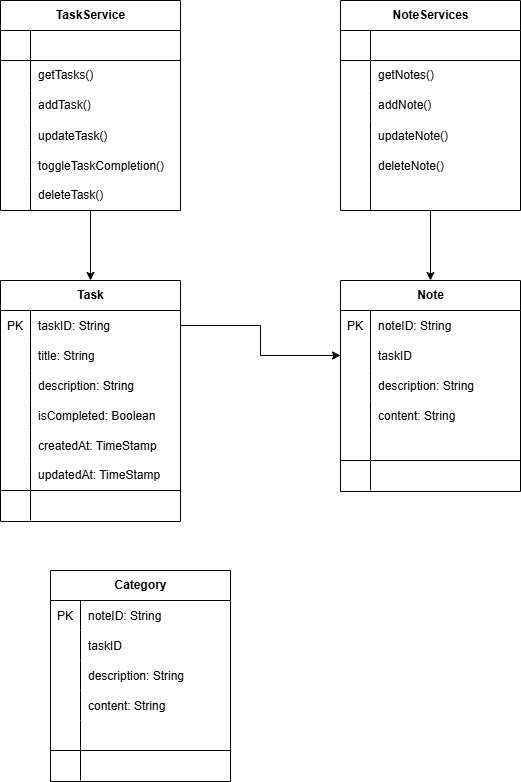
This is img/TaskManager.drawio.png from ngnhonk/Flutter-Nhom-02, a draw.io export, as it was before one commit. Source tidied: cells renumbered, new cells last; positions are measured from the earlier drawing's top-left corner, leaving out a move shared by most shapes.
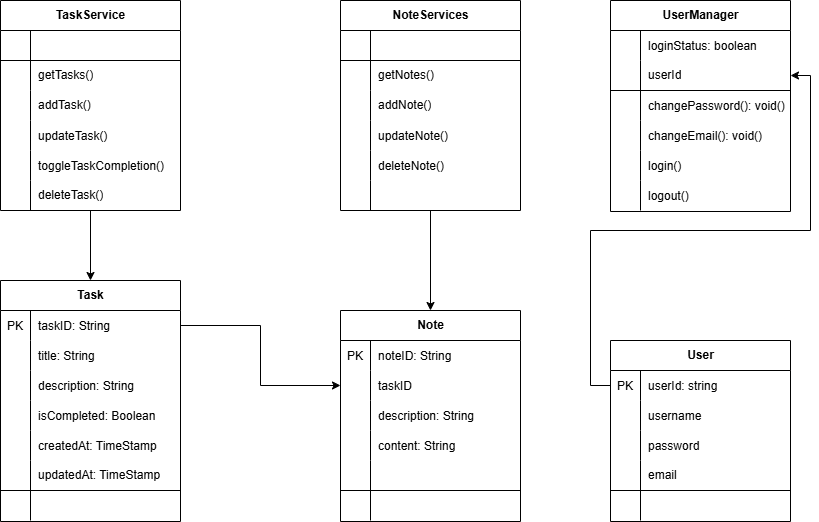
After the change.

The edit, as a diff of the source:
```diff
@@ -69,7 +69,7 @@
       <mxGeometry x="30" width="150" height="30" as="geometry" />
     </mxCell>
     <mxCell id="24" value="&lt;b&gt;Note&lt;/b&gt;" style="shape=table;startSize=30;rowLines=0;fontStyle=0;align=center;html=1;" parent="1" vertex="1">
-      <mxGeometry x="340" y="280" width="180" height="211" as="geometry" />
+      <mxGeometry x="340" y="310" width="180" height="211" as="geometry" />
     </mxCell>
     <mxCell id="25" style="shape=tableRow;horizontal=0;startSize=0;swimlaneHead=0;swimlaneBody=0;fillColor=none;top=0;left=0;right=0;bottom=0;fontStyle=0;" parent="24" vertex="1">
       <mxGeometry y="30" width="180" height="30" as="geometry" />
@@ -128,63 +128,6 @@
     <mxCell id="43" style="edgeStyle=orthogonalEdgeStyle;rounded=0;jettySize=auto;html=1;" parent="1" edge="1" source="3" target="28">
       <mxGeometry relative="1" as="geometry" />
     </mxCell>
-    <mxCell id="44" value="&lt;b&gt;Category&lt;/b&gt;" style="shape=table;startSize=30;rowLines=0;fontStyle=0;align=center;html=1;" parent="1" vertex="1">
-      <mxGeometry x="50" y="570" width="180" height="211" as="geometry" />
-    </mxCell>
-    <mxCell id="45" style="shape=tableRow;horizontal=0;startSize=0;swimlaneHead=0;swimlaneBody=0;fillColor=none;points=[[0,0.5],[1,0.5]];portConstraint=eastwest;top=0;left=0;right=0;bottom=0;fontStyle=0;" parent="44" vertex="1">
-      <mxGeometry y="30" width="180" height="30" as="geometry" />
-    </mxCell>
-    <mxCell id="46" value="PK" style="shape=partialRectangle;fillColor=none;top=0;left=0;bottom=0;right=0;overflow=hidden;fontStyle=0;" parent="45" vertex="1">
-      <mxGeometry width="30" height="30" as="geometry" />
-    </mxCell>
-    <mxCell id="47" value="noteID: String" style="shape=partialRectangle;fillColor=none;top=0;left=0;bottom=0;right=0;align=left;spacingLeft=6;overflow=hidden;fontStyle=0;" parent="45" vertex="1">
-      <mxGeometry x="30" width="150" height="30" as="geometry" />
-    </mxCell>
-    <mxCell id="48" style="shape=tableRow;horizontal=0;startSize=0;swimlaneHead=0;swimlaneBody=0;fillColor=none;top=0;left=0;right=0;bottom=0;" parent="44" vertex="1">
-      <mxGeometry y="60" width="180" height="30" as="geometry" />
-    </mxCell>
-    <mxCell id="49" style="shape=partialRectangle;fillColor=none;top=0;left=0;bottom=0;right=0;overflow=hidden;" parent="48" vertex="1">
-      <mxGeometry width="30" height="30" as="geometry" />
-    </mxCell>
-    <mxCell id="50" value="taskID" style="shape=partialRectangle;fillColor=none;top=0;left=0;bottom=0;right=0;align=left;spacingLeft=6;overflow=hidden;" parent="48" vertex="1">
-      <mxGeometry x="30" width="150" height="30" as="geometry" />
-    </mxCell>
-    <mxCell id="51" style="shape=tableRow;horizontal=0;startSize=0;swimlaneHead=0;swimlaneBody=0;fillColor=none;top=0;left=0;right=0;bottom=0;fontStyle=0;" parent="44" vertex="1">
-      <mxGeometry y="90" width="180" height="30" as="geometry" />
-    </mxCell>
-    <mxCell id="52" style="shape=partialRectangle;fillColor=none;top=0;left=0;bottom=0;right=0;overflow=hidden;fontStyle=0;" parent="51" vertex="1">
-      <mxGeometry width="30" height="30" as="geometry" />
-    </mxCell>
-    <mxCell id="53" value="description: String" style="shape=partialRectangle;fillColor=none;top=0;left=0;bottom=0;right=0;align=left;spacingLeft=6;overflow=hidden;fontStyle=0;" parent="51" vertex="1">
-      <mxGeometry x="30" width="150" height="30" as="geometry" />
-    </mxCell>
-    <mxCell id="54" style="shape=tableRow;horizontal=0;startSize=0;swimlaneHead=0;swimlaneBody=0;fillColor=none;top=0;left=0;right=0;bottom=0;" parent="44" vertex="1">
-      <mxGeometry y="120" width="180" height="30" as="geometry" />
-    </mxCell>
-    <mxCell id="55" style="shape=partialRectangle;fillColor=none;top=0;left=0;bottom=0;right=0;overflow=hidden;" parent="54" vertex="1">
-      <mxGeometry width="30" height="30" as="geometry" />
-    </mxCell>
-    <mxCell id="56" value="content: String" style="shape=partialRectangle;fillColor=none;top=0;left=0;bottom=0;right=0;align=left;spacingLeft=6;overflow=hidden;" parent="54" vertex="1">
-      <mxGeometry x="30" width="150" height="30" as="geometry" />
-    </mxCell>
-    <mxCell id="57" style="shape=tableRow;horizontal=0;startSize=0;swimlaneHead=0;swimlaneBody=0;fillColor=none;top=0;left=0;right=0;bottom=1;fontStyle=0;" parent="44" vertex="1">
-      <mxGeometry y="150" width="180" height="30" as="geometry" />
-    </mxCell>
-    <mxCell id="58" style="shape=partialRectangle;fillColor=none;top=0;left=0;bottom=0;right=0;fontStyle=0;overflow=hidden;whiteSpace=wrap;html=1;" parent="57" vertex="1">
-      <mxGeometry width="30" height="30" as="geometry" />
-    </mxCell>
-    <mxCell id="59" style="shape=partialRectangle;fillColor=none;top=0;left=0;bottom=0;right=0;align=left;spacingLeft=6;fontStyle=0;overflow=hidden;whiteSpace=wrap;html=1;" parent="57" vertex="1">
-      <mxGeometry x="30" width="150" height="30" as="geometry" />
-    </mxCell>
-    <mxCell id="60" style="shape=tableRow;horizontal=0;startSize=0;swimlaneHead=0;swimlaneBody=0;fillColor=none;top=0;left=0;right=0;bottom=0;" parent="44" vertex="1">
-      <mxGeometry y="180" width="180" height="30" as="geometry" />
-    </mxCell>
-    <mxCell id="61" style="shape=partialRectangle;fillColor=none;top=0;left=0;bottom=0;right=0;overflow=hidden;" parent="60" vertex="1">
-      <mxGeometry width="30" height="30" as="geometry" />
-    </mxCell>
-    <mxCell id="62" style="shape=partialRectangle;fillColor=none;top=0;left=0;bottom=0;right=0;align=left;spacingLeft=6;overflow=hidden;" parent="60" vertex="1">
-      <mxGeometry x="30" width="150" height="30" as="geometry" />
-    </mxCell>
     <mxCell id="63" style="edgeStyle=orthogonalEdgeStyle;rounded=0;jettySize=auto;html=1;" parent="1" edge="1" source="64" target="2">
       <mxGeometry relative="1" as="geometry" />
     </mxCell>
@@ -305,5 +248,113 @@
     <mxCell id="102" style="shape=partialRectangle;fillColor=none;top=0;left=0;bottom=0;right=0;align=left;spacingLeft=6;overflow=hidden;whiteSpace=wrap;html=1;" parent="100" vertex="1">
       <mxGeometry x="30" width="150" height="30" as="geometry" />
     </mxCell>
+    <mxCell id="103" value="&lt;b&gt;User&lt;/b&gt;" style="shape=table;startSize=30;rowLines=0;fontStyle=0;align=center;html=1;" parent="1" vertex="1">
+      <mxGeometry x="610" y="340" width="180" height="181" as="geometry" />
+    </mxCell>
+    <mxCell id="45" style="shape=tableRow;horizontal=0;startSize=0;swimlaneHead=0;swimlaneBody=0;fillColor=none;points=[[0,0.5],[1,0.5]];portConstraint=eastwest;top=0;left=0;right=0;bottom=0;fontStyle=0;" parent="103" vertex="1">
+      <mxGeometry y="30" width="180" height="30" as="geometry" />
+    </mxCell>
+    <mxCell id="46" value="PK" style="shape=partialRectangle;fillColor=none;top=0;left=0;bottom=0;right=0;overflow=hidden;fontStyle=0;" parent="45" vertex="1">
+      <mxGeometry width="30" height="30" as="geometry" />
+    </mxCell>
+    <mxCell id="104" value="userId: string" style="shape=partialRectangle;fillColor=none;top=0;left=0;bottom=0;right=0;align=left;spacingLeft=6;overflow=hidden;fontStyle=0;" parent="45" vertex="1">
+      <mxGeometry x="30" width="150" height="30" as="geometry" />
+    </mxCell>
+    <mxCell id="48" style="shape=tableRow;horizontal=0;startSize=0;swimlaneHead=0;swimlaneBody=0;fillColor=none;top=0;left=0;right=0;bottom=0;" parent="103" vertex="1">
+      <mxGeometry y="60" width="180" height="30" as="geometry" />
+    </mxCell>
+    <mxCell id="105" style="shape=partialRectangle;fillColor=none;top=0;left=0;bottom=0;right=0;overflow=hidden;" parent="48" vertex="1">
+      <mxGeometry width="30" height="30" as="geometry" />
+    </mxCell>
+    <mxCell id="106" value="username" style="shape=partialRectangle;fillColor=none;top=0;left=0;bottom=0;right=0;align=left;spacingLeft=6;overflow=hidden;" parent="48" vertex="1">
+      <mxGeometry x="30" width="150" height="30" as="geometry" />
+    </mxCell>
+    <mxCell id="107" style="shape=tableRow;horizontal=0;startSize=0;swimlaneHead=0;swimlaneBody=0;fillColor=none;top=0;left=0;right=0;bottom=0;" parent="103" vertex="1">
+      <mxGeometry y="90" width="180" height="30" as="geometry" />
+    </mxCell>
+    <mxCell id="108" style="shape=partialRectangle;fillColor=none;top=0;left=0;bottom=0;right=0;overflow=hidden;" parent="107" vertex="1">
+      <mxGeometry width="30" height="30" as="geometry" />
+    </mxCell>
+    <mxCell id="109" value="password" style="shape=partialRectangle;fillColor=none;top=0;left=0;bottom=0;right=0;align=left;spacingLeft=6;overflow=hidden;" parent="107" vertex="1">
+      <mxGeometry x="30" width="150" height="30" as="geometry" />
+    </mxCell>
+    <mxCell id="110" style="shape=tableRow;horizontal=0;startSize=0;swimlaneHead=0;swimlaneBody=0;fillColor=none;top=0;left=0;right=0;bottom=1;fontStyle=0;" parent="103" vertex="1">
+      <mxGeometry y="120" width="180" height="30" as="geometry" />
+    </mxCell>
+    <mxCell id="111" style="shape=partialRectangle;fillColor=none;top=0;left=0;bottom=0;right=0;fontStyle=0;overflow=hidden;whiteSpace=wrap;html=1;" parent="110" vertex="1">
+      <mxGeometry width="30" height="30" as="geometry" />
+    </mxCell>
+    <mxCell id="112" value="email" style="shape=partialRectangle;fillColor=none;top=0;left=0;bottom=0;right=0;align=left;spacingLeft=6;fontStyle=0;overflow=hidden;whiteSpace=wrap;html=1;" parent="110" vertex="1">
+      <mxGeometry x="30" width="150" height="30" as="geometry" />
+    </mxCell>
+    <mxCell id="113" style="shape=tableRow;horizontal=0;startSize=0;swimlaneHead=0;swimlaneBody=0;fillColor=none;top=0;left=0;right=0;bottom=0;" parent="103" vertex="1">
+      <mxGeometry y="150" width="180" height="30" as="geometry" />
+    </mxCell>
+    <mxCell id="114" style="shape=partialRectangle;fillColor=none;top=0;left=0;bottom=0;right=0;overflow=hidden;" parent="113" vertex="1">
+      <mxGeometry width="30" height="30" as="geometry" />
+    </mxCell>
+    <mxCell id="62" style="shape=partialRectangle;fillColor=none;top=0;left=0;bottom=0;right=0;align=left;spacingLeft=6;overflow=hidden;" parent="113" vertex="1">
+      <mxGeometry x="30" width="150" height="30" as="geometry" />
+    </mxCell>
+    <mxCell id="115" value="&lt;b&gt;UserManager&lt;/b&gt;" style="shape=table;startSize=30;rowLines=0;fontStyle=0;align=center;html=1;" parent="1" vertex="1">
+      <mxGeometry x="610" width="180" height="211" as="geometry" />
+    </mxCell>
+    <mxCell id="116" style="shape=tableRow;horizontal=0;startSize=0;swimlaneHead=0;swimlaneBody=0;fillColor=none;top=0;left=0;right=0;bottom=0;" parent="115" vertex="1">
+      <mxGeometry y="30" width="180" height="30" as="geometry" />
+    </mxCell>
+    <mxCell id="117" style="shape=partialRectangle;fillColor=none;top=0;left=0;bottom=0;right=0;overflow=hidden;" parent="116" vertex="1">
+      <mxGeometry width="30" height="30" as="geometry" />
+    </mxCell>
+    <mxCell id="118" value="loginStatus: boolean" style="shape=partialRectangle;fillColor=none;top=0;left=0;bottom=0;right=0;align=left;spacingLeft=6;overflow=hidden;" parent="116" vertex="1">
+      <mxGeometry x="30" width="150" height="30" as="geometry" />
+    </mxCell>
+    <mxCell id="119" style="shape=tableRow;horizontal=0;startSize=0;swimlaneHead=0;swimlaneBody=0;fillColor=none;points=[[0,0.5],[1,0.5]];portConstraint=eastwest;top=0;left=0;right=0;bottom=1;fontStyle=0;" parent="115" vertex="1">
+      <mxGeometry y="60" width="180" height="30" as="geometry" />
+    </mxCell>
+    <mxCell id="120" style="shape=partialRectangle;fillColor=none;top=0;left=0;bottom=0;right=0;fontStyle=0;overflow=hidden;whiteSpace=wrap;html=1;" parent="119" vertex="1">
+      <mxGeometry width="30" height="30" as="geometry" />
+    </mxCell>
+    <mxCell id="121" value="userId" style="shape=partialRectangle;fillColor=none;top=0;left=0;bottom=0;right=0;align=left;spacingLeft=6;fontStyle=0;overflow=hidden;whiteSpace=wrap;html=1;" parent="119" vertex="1">
+      <mxGeometry x="30" width="150" height="30" as="geometry" />
+    </mxCell>
+    <mxCell id="122" style="shape=tableRow;horizontal=0;startSize=0;swimlaneHead=0;swimlaneBody=0;fillColor=none;top=0;left=0;right=0;bottom=0;" parent="115" vertex="1">
+      <mxGeometry y="90" width="180" height="30" as="geometry" />
+    </mxCell>
+    <mxCell id="123" style="shape=partialRectangle;fillColor=none;top=0;left=0;bottom=0;right=0;overflow=hidden;" parent="122" vertex="1">
+      <mxGeometry width="30" height="30" as="geometry" />
+    </mxCell>
+    <mxCell id="124" value="changePassword(): void()" style="shape=partialRectangle;fillColor=none;top=0;left=0;bottom=0;right=0;align=left;spacingLeft=6;overflow=hidden;" parent="122" vertex="1">
+      <mxGeometry x="30" width="150" height="30" as="geometry" />
+    </mxCell>
+    <mxCell id="54" style="shape=tableRow;horizontal=0;startSize=0;swimlaneHead=0;swimlaneBody=0;fillColor=none;top=0;left=0;right=0;bottom=0;" parent="115" vertex="1">
+      <mxGeometry y="120" width="180" height="30" as="geometry" />
+    </mxCell>
+    <mxCell id="125" style="shape=partialRectangle;fillColor=none;top=0;left=0;bottom=0;right=0;overflow=hidden;" parent="54" vertex="1">
+      <mxGeometry width="30" height="30" as="geometry" />
+    </mxCell>
+    <mxCell id="126" value="changeEmail(): void()" style="shape=partialRectangle;fillColor=none;top=0;left=0;bottom=0;right=0;align=left;spacingLeft=6;overflow=hidden;" parent="54" vertex="1">
+      <mxGeometry x="30" width="150" height="30" as="geometry" />
+    </mxCell>
+    <mxCell id="127" style="shape=tableRow;horizontal=0;startSize=0;swimlaneHead=0;swimlaneBody=0;fillColor=none;top=0;left=0;right=0;bottom=0;" parent="115" vertex="1">
+      <mxGeometry y="150" width="180" height="30" as="geometry" />
+    </mxCell>
+    <mxCell id="128" style="shape=partialRectangle;fillColor=none;top=0;left=0;bottom=0;right=0;overflow=hidden;" parent="127" vertex="1">
+      <mxGeometry width="30" height="30" as="geometry" />
+    </mxCell>
+    <mxCell id="129" value="login()" style="shape=partialRectangle;fillColor=none;top=0;left=0;bottom=0;right=0;align=left;spacingLeft=6;overflow=hidden;" parent="127" vertex="1">
+      <mxGeometry x="30" width="150" height="30" as="geometry" />
+    </mxCell>
+    <mxCell id="60" style="shape=tableRow;horizontal=0;startSize=0;swimlaneHead=0;swimlaneBody=0;fillColor=none;top=0;left=0;right=0;bottom=0;" parent="115" vertex="1">
+      <mxGeometry y="180" width="180" height="30" as="geometry" />
+    </mxCell>
+    <mxCell id="130" style="shape=partialRectangle;fillColor=none;top=0;left=0;bottom=0;right=0;overflow=hidden;" parent="60" vertex="1">
+      <mxGeometry width="30" height="30" as="geometry" />
+    </mxCell>
+    <mxCell id="131" value="logout()" style="shape=partialRectangle;fillColor=none;top=0;left=0;bottom=0;right=0;align=left;spacingLeft=6;overflow=hidden;" parent="60" vertex="1">
+      <mxGeometry x="30" width="150" height="30" as="geometry" />
+    </mxCell>
+    <mxCell id="132" style="edgeStyle=orthogonalEdgeStyle;rounded=0;jettySize=auto;html=1;" parent="1" edge="1" source="45" target="119">
+      <mxGeometry relative="1" as="geometry" />
+    </mxCell>
   </root>
 </mxGraphModel>
```
